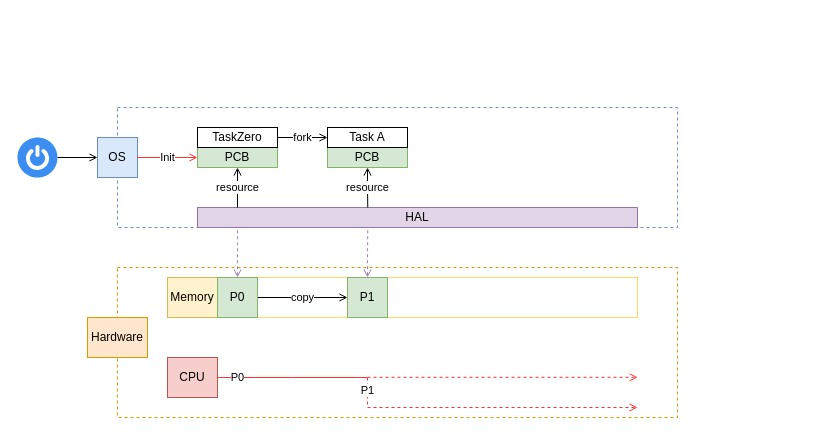
Zhangbokai614/draw keeps this draw.io diagram as Draw/操作系统.drawio. Above is the earlier version. Source tidied: cells renumbered, new cells numbered last; positions are measured from the earlier drawing's top-left corner, leaving out a move shared by most shapes. Both pictures are drawn from the tidied source at 100%, with x=0, y=0 at pixel (17, 107).
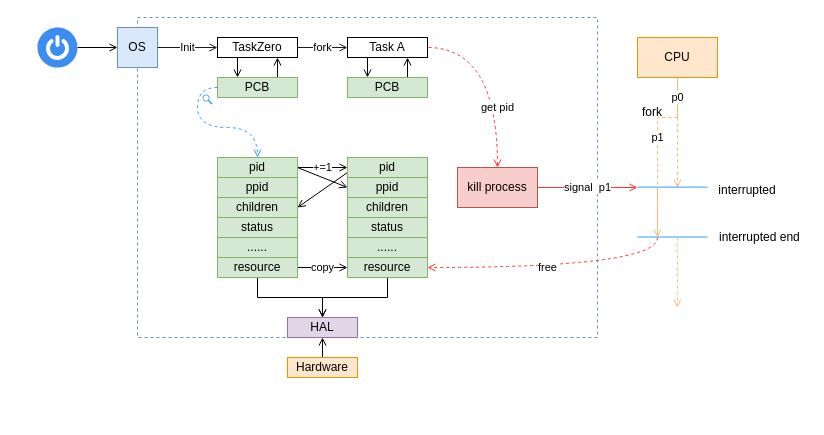
The same diagram, later.

Commit message:
更新操作系统.drawio

Diff of the diagram source:
```diff
@@
     <mxCell id="2" style="rounded=0;whiteSpace=wrap;html=1;dashed=1;fillColor=#FFFFFF;strokeColor=#6c8ebf;" parent="1" vertex="1">
-      <mxGeometry x="100" width="560" height="120" as="geometry" />
+      <mxGeometry x="120" y="-90" width="460" height="320" as="geometry" />
     </mxCell>
     <mxCell id="3" value="OS" style="rounded=0;whiteSpace=wrap;html=1;fillColor=#dae8fc;strokeColor=#6c8ebf;" parent="1" vertex="1">
-      <mxGeometry x="80" y="30" width="40" height="40" as="geometry" />
+      <mxGeometry x="100" y="-80" width="40" height="40" as="geometry" />
     </mxCell>
@@
     <mxCell id="5" style="sketch=0;html=1;strokeColor=none;shadow=0;fillColor=#3B8DF1;verticalAlign=top;labelPosition=center;verticalLabelPosition=bottom;shape=mxgraph.gcp2.a7_power;" parent="1" vertex="1">
-      <mxGeometry y="30" width="40" height="40" as="geometry" />
+      <mxGeometry x="20" y="-80" width="40" height="40" as="geometry" />
     </mxCell>
-    <mxCell id="6" style="rounded=0;whiteSpace=wrap;html=1;fillColor=none;strokeColor=#d79b00;dashed=1;" parent="1" vertex="1">
-      <mxGeometry x="100" y="160" width="560" height="150" as="geometry" />
-    </mxCell>
-    <mxCell id="7" value="HAL" style="rounded=0;whiteSpace=wrap;html=1;fillColor=#e1d5e7;strokeColor=#9673a6;" parent="1" vertex="1">
-      <mxGeometry x="180" y="100" width="440" height="20" as="geometry" />
-    </mxCell>
+    <mxCell id="28" style="edgeStyle=orthogonalEdgeStyle;rounded=0;jettySize=auto;html=1;exitX=0;exitY=0.5;exitDx=0;exitDy=0;entryX=0.5;entryY=0;entryDx=0;entryDy=0;endArrow=open;endFill=0;curved=1;dashed=1;strokeColor=#3399FF;" parent="1" edge="1" source="8" target="17">
+      <mxGeometry relative="1" as="geometry" />
+    </mxCell>
+    <mxCell id="29" style="edgeStyle=orthogonalEdgeStyle;rounded=0;jettySize=auto;html=1;exitX=0.75;exitY=0;exitDx=0;exitDy=0;entryX=0.75;entryY=1;entryDx=0;entryDy=0;endArrow=open;endFill=0;" parent="1" edge="1" source="8" target="11">
+      <mxGeometry relative="1" as="geometry" />
+    </mxCell>
     <mxCell id="8" value="PCB" style="rounded=0;whiteSpace=wrap;html=1;fillColor=#d5e8d4;strokeColor=#82b366;" parent="1" vertex="1">
-      <mxGeometry x="180" y="40" width="80" height="20" as="geometry" />
+      <mxGeometry x="200" y="-30" width="80" height="20" as="geometry" />
     </mxCell>
-    <mxCell id="9" value="Init" style="edgeStyle=orthogonalEdgeStyle;rounded=0;jettySize=auto;html=1;exitX=1;exitY=0.5;exitDx=0;exitDy=0;entryX=0;entryY=0.5;entryDx=0;entryDy=0;endArrow=open;endFill=0;strokeColor=#FF3333;" parent="1" edge="1" source="3" target="8">
+    <mxCell id="9" value="Init" style="edgeStyle=orthogonalEdgeStyle;rounded=0;jettySize=auto;html=1;exitX=1;exitY=0.5;exitDx=0;exitDy=0;entryX=0;entryY=0.5;entryDx=0;entryDy=0;endArrow=open;endFill=0;strokeColor=#1A1A1A;" parent="1" edge="1" source="3" target="11">
       <mxGeometry relative="1" as="geometry" />
     </mxCell>
-    <mxCell id="10" value="fork" style="edgeStyle=orthogonalEdgeStyle;rounded=0;jettySize=auto;html=1;exitX=1;exitY=0.5;exitDx=0;exitDy=0;entryX=0;entryY=0.5;entryDx=0;entryDy=0;endArrow=open;endFill=0;" parent="1" edge="1" source="11" target="13">
+    <mxCell id="10" value="fork" style="edgeStyle=orthogonalEdgeStyle;rounded=0;jettySize=auto;html=1;exitX=1;exitY=0.5;exitDx=0;exitDy=0;entryX=0;entryY=0.5;entryDx=0;entryDy=0;endArrow=open;endFill=0;strokeColor=#1A1A1A;" parent="1" edge="1" source="11" target="13">
       <mxGeometry relative="1" as="geometry" />
     </mxCell>
+    <mxCell id="30" style="edgeStyle=orthogonalEdgeStyle;rounded=0;jettySize=auto;html=1;exitX=0.25;exitY=1;exitDx=0;exitDy=0;entryX=0.25;entryY=0;entryDx=0;entryDy=0;endArrow=open;endFill=0;" parent="1" edge="1" source="11" target="8">
+      <mxGeometry relative="1" as="geometry" />
+    </mxCell>
     <mxCell id="11" value="TaskZero" style="rounded=0;whiteSpace=wrap;html=1;" parent="1" vertex="1">
-      <mxGeometry x="180" y="20" width="80" height="20" as="geometry" />
+      <mxGeometry x="200" y="-70" width="80" height="20" as="geometry" />
     </mxCell>
+    <mxCell id="31" style="edgeStyle=orthogonalEdgeStyle;rounded=0;jettySize=auto;html=1;exitX=0.75;exitY=0;exitDx=0;exitDy=0;entryX=0.75;entryY=1;entryDx=0;entryDy=0;endArrow=open;endFill=0;" parent="1" edge="1" source="12" target="13">
+      <mxGeometry relative="1" as="geometry" />
+    </mxCell>
     <mxCell id="12" value="PCB" style="rounded=0;whiteSpace=wrap;html=1;fillColor=#d5e8d4;strokeColor=#82b366;" parent="1" vertex="1">
-      <mxGeometry x="310" y="40" width="80" height="20" as="geometry" />
+      <mxGeometry x="330" y="-30" width="80" height="20" as="geometry" />
     </mxCell>
+    <mxCell id="32" style="edgeStyle=orthogonalEdgeStyle;rounded=0;jettySize=auto;html=1;exitX=0.25;exitY=1;exitDx=0;exitDy=0;entryX=0.25;entryY=0;entryDx=0;entryDy=0;endArrow=open;endFill=0;" parent="1" edge="1" source="13" target="12">
+      <mxGeometry relative="1" as="geometry" />
+    </mxCell>
     <mxCell id="13" value="Task A" style="rounded=0;whiteSpace=wrap;html=1;" parent="1" vertex="1">
-      <mxGeometry x="310" y="20" width="80" height="20" as="geometry" />
+      <mxGeometry x="330" y="-70" width="80" height="20" as="geometry" />
     </mxCell>
-    <mxCell id="14" value="P0" style="edgeStyle=orthogonalEdgeStyle;rounded=0;jettySize=auto;html=1;exitX=1;exitY=0.5;exitDx=0;exitDy=0;endArrow=none;endFill=0;strokeColor=#FF3333;" parent="1" edge="1" source="15">
-      <mxGeometry x="-0.73" relative="1" as="geometry">
-        <mxPoint x="350" y="270" as="targetPoint" />
-      </mxGeometry>
-    </mxCell>
+    <mxCell id="33" value="+=1" style="edgeStyle=orthogonalEdgeStyle;rounded=0;jettySize=auto;html=1;exitX=1;exitY=0.5;exitDx=0;exitDy=0;entryX=0;entryY=0.5;entryDx=0;entryDy=0;endArrow=open;endFill=0;" parent="1" edge="1" source="17" target="42">
+      <mxGeometry relative="1" as="geometry" />
+    </mxCell>
+    <mxCell id="34" style="rounded=0;jettySize=auto;html=1;exitX=1;exitY=0.5;exitDx=0;exitDy=0;entryX=0;entryY=0.5;entryDx=0;entryDy=0;endArrow=open;endFill=0;" parent="1" edge="1" source="17" target="43">
+      <mxGeometry relative="1" as="geometry" />
+    </mxCell>
+    <mxCell id="17" value="pid" style="rounded=0;whiteSpace=wrap;html=1;fillColor=#d5e8d4;strokeColor=#82b366;" parent="1" vertex="1">
+      <mxGeometry x="200" y="50" width="80" height="20" as="geometry" />
+    </mxCell>
+    <mxCell id="35" style="sketch=0;html=1;strokeColor=none;shadow=0;fillColor=#3B8DF1;verticalAlign=top;labelPosition=center;verticalLabelPosition=bottom;shape=mxgraph.gcp2.search;" parent="1" vertex="1">
+      <mxGeometry x="185.1" y="-13" width="9.9" height="10" as="geometry" />
+    </mxCell>
+    <mxCell id="36" value="ppid" style="rounded=0;whiteSpace=wrap;html=1;fillColor=#d5e8d4;strokeColor=#82b366;" parent="1" vertex="1">
+      <mxGeometry x="200" y="70" width="80" height="20" as="geometry" />
+    </mxCell>
+    <mxCell id="37" style="edgeStyle=orthogonalEdgeStyle;rounded=0;jettySize=auto;html=1;exitX=0.5;exitY=1;exitDx=0;exitDy=0;entryX=0.5;entryY=0;entryDx=0;entryDy=0;endArrow=open;endFill=0;" parent="1" edge="1" source="38" target="7">
+      <mxGeometry relative="1" as="geometry" />
+    </mxCell>
+    <mxCell id="20" value="copy" style="edgeStyle=orthogonalEdgeStyle;rounded=0;jettySize=auto;html=1;entryX=0;entryY=0.5;entryDx=0;entryDy=0;endArrow=open;endFill=0;" parent="1" edge="1" source="38" target="45">
+      <mxGeometry relative="1" as="geometry" />
+    </mxCell>
+    <mxCell id="38" value="resource" style="rounded=0;whiteSpace=wrap;html=1;fillColor=#d5e8d4;strokeColor=#82b366;" parent="1" vertex="1">
+      <mxGeometry x="200" y="150" width="80" height="20" as="geometry" />
+    </mxCell>
+    <mxCell id="39" value="children" style="rounded=0;whiteSpace=wrap;html=1;fillColor=#d5e8d4;strokeColor=#82b366;" parent="1" vertex="1">
+      <mxGeometry x="200" y="90" width="80" height="20" as="geometry" />
+    </mxCell>
+    <mxCell id="7" value="HAL" style="rounded=0;whiteSpace=wrap;html=1;fillColor=#e1d5e7;strokeColor=#9673a6;" parent="1" vertex="1">
+      <mxGeometry x="270" y="210" width="70" height="20" as="geometry" />
+    </mxCell>
+    <mxCell id="40" style="edgeStyle=orthogonalEdgeStyle;rounded=0;jettySize=auto;html=1;exitX=0.5;exitY=0;exitDx=0;exitDy=0;entryX=0.5;entryY=1;entryDx=0;entryDy=0;endArrow=open;endFill=0;" parent="1" edge="1" source="16" target="7">
+      <mxGeometry relative="1" as="geometry" />
+    </mxCell>
+    <mxCell id="16" value="Hardware" style="rounded=0;whiteSpace=wrap;html=1;fillColor=#ffe6cc;strokeColor=#d79b00;" parent="1" vertex="1">
+      <mxGeometry x="270" y="250" width="70" height="20" as="geometry" />
+    </mxCell>
+    <mxCell id="41" style="rounded=0;jettySize=auto;html=1;exitX=0;exitY=0.75;exitDx=0;exitDy=0;entryX=1;entryY=0.5;entryDx=0;entryDy=0;endArrow=open;endFill=0;" parent="1" edge="1" source="42" target="39">
+      <mxGeometry relative="1" as="geometry" />
+    </mxCell>
+    <mxCell id="42" value="pid" style="rounded=0;whiteSpace=wrap;html=1;fillColor=#d5e8d4;strokeColor=#82b366;" parent="1" vertex="1">
+      <mxGeometry x="330" y="50" width="80" height="20" as="geometry" />
+    </mxCell>
+    <mxCell id="43" value="ppid" style="rounded=0;whiteSpace=wrap;html=1;fillColor=#d5e8d4;strokeColor=#82b366;" parent="1" vertex="1">
+      <mxGeometry x="330" y="70" width="80" height="20" as="geometry" />
+    </mxCell>
+    <mxCell id="44" style="edgeStyle=orthogonalEdgeStyle;rounded=0;jettySize=auto;html=1;exitX=0.5;exitY=1;exitDx=0;exitDy=0;entryX=0.5;entryY=0;entryDx=0;entryDy=0;endArrow=open;endFill=0;" parent="1" edge="1" source="45" target="7">
+      <mxGeometry relative="1" as="geometry" />
+    </mxCell>
+    <mxCell id="45" value="resource" style="rounded=0;whiteSpace=wrap;html=1;fillColor=#d5e8d4;strokeColor=#82b366;" parent="1" vertex="1">
+      <mxGeometry x="330" y="150" width="80" height="20" as="geometry" />
+    </mxCell>
+    <mxCell id="46" value="children" style="rounded=0;whiteSpace=wrap;html=1;fillColor=#d5e8d4;strokeColor=#82b366;" parent="1" vertex="1">
+      <mxGeometry x="330" y="90" width="80" height="20" as="geometry" />
+    </mxCell>
+    <mxCell id="47" value="status" style="rounded=0;whiteSpace=wrap;html=1;fillColor=#d5e8d4;strokeColor=#82b366;" parent="1" vertex="1">
+      <mxGeometry x="200" y="110" width="80" height="20" as="geometry" />
+    </mxCell>
+    <mxCell id="48" value="status" style="rounded=0;whiteSpace=wrap;html=1;fillColor=#d5e8d4;strokeColor=#82b366;" parent="1" vertex="1">
+      <mxGeometry x="330" y="110" width="80" height="20" as="geometry" />
+    </mxCell>
+    <mxCell id="49" value="......" style="rounded=0;whiteSpace=wrap;html=1;fillColor=#d5e8d4;strokeColor=#82b366;" parent="1" vertex="1">
+      <mxGeometry x="200" y="130" width="80" height="20" as="geometry" />
+    </mxCell>
+    <mxCell id="50" value="......" style="rounded=0;whiteSpace=wrap;html=1;fillColor=#d5e8d4;strokeColor=#82b366;" parent="1" vertex="1">
+      <mxGeometry x="330" y="130" width="80" height="20" as="geometry" />
+    </mxCell>
+    <mxCell id="51" value="get pid" style="edgeStyle=orthogonalEdgeStyle;rounded=0;jettySize=auto;html=1;exitX=0.5;exitY=0;exitDx=0;exitDy=0;entryX=1;entryY=0.5;entryDx=0;entryDy=0;endArrow=none;endFill=0;dashed=1;strokeColor=#FF3333;startArrow=open;startFill=0;curved=1;" parent="1" edge="1" source="53" target="13">
+      <mxGeometry x="-0.37" relative="1" as="geometry" />
+    </mxCell>
+    <mxCell id="52" value="signal&amp;nbsp; p1" style="edgeStyle=orthogonalEdgeStyle;rounded=0;jettySize=auto;html=1;exitX=1;exitY=0.5;exitDx=0;exitDy=0;endArrow=open;endFill=0;strokeColor=#FF3333;" parent="1" edge="1" source="53">
+      <mxGeometry relative="1" as="geometry">
+        <mxPoint x="620" y="80" as="targetPoint" />
+      </mxGeometry>
+    </mxCell>
+    <mxCell id="53" value="kill process" style="rounded=0;whiteSpace=wrap;html=1;fillColor=#f8cecc;strokeColor=#b85450;" parent="1" vertex="1">
+      <mxGeometry x="440" y="60" width="80" height="40" as="geometry" />
+    </mxCell>
-    <mxCell id="15" value="CPU" style="rounded=0;whiteSpace=wrap;html=1;fillColor=#f8cecc;strokeColor=#b85450;" parent="1" vertex="1">
-      <mxGeometry x="150" y="250" width="50" height="40" as="geometry" />
+    <mxCell id="15" value="CPU" style="rounded=0;whiteSpace=wrap;html=1;fillColor=#ffe6cc;strokeColor=#d79b00;" parent="1" vertex="1">
+      <mxGeometry x="620" y="-70" width="80" height="40" as="geometry" />
     </mxCell>
-    <mxCell id="16" value="&lt;div class=&quot;lake-content&quot;&gt;Hardware&lt;/div&gt;" style="rounded=0;whiteSpace=wrap;html=1;fillColor=#ffe6cc;strokeColor=#d79b00;" parent="1" vertex="1">
-      <mxGeometry x="70" y="210" width="60" height="40" as="geometry" />
-    </mxCell>
-    <mxCell id="17" value="Memory" style="rounded=0;whiteSpace=wrap;html=1;fillColor=#fff2cc;strokeColor=#d6b656;" parent="1" vertex="1">
-      <mxGeometry x="150" y="170" width="50" height="40" as="geometry" />
-    </mxCell>
-    <mxCell id="18" value="resource" style="edgeStyle=orthogonalEdgeStyle;rounded=0;jettySize=auto;html=1;exitX=0.5;exitY=1;exitDx=0;exitDy=0;endArrow=none;endFill=0;startArrow=open;startFill=0;" parent="1" edge="1" source="8">
-      <mxGeometry relative="1" as="geometry">
-        <mxPoint x="220" y="100" as="targetPoint" />
-      </mxGeometry>
-    </mxCell>
-    <mxCell id="19" style="rounded=0;whiteSpace=wrap;html=1;fillColor=none;strokeColor=#FFD966;" parent="1" vertex="1">
-      <mxGeometry x="200" y="170" width="420" height="40" as="geometry" />
-    </mxCell>
-    <mxCell id="20" value="copy" style="edgeStyle=orthogonalEdgeStyle;rounded=0;jettySize=auto;html=1;exitX=1;exitY=0.5;exitDx=0;exitDy=0;endArrow=open;endFill=0;" parent="1" edge="1" source="21" target="22">
-      <mxGeometry relative="1" as="geometry" />
-    </mxCell>
-    <mxCell id="21" value="P0" style="rounded=0;whiteSpace=wrap;html=1;fillColor=#d5e8d4;strokeColor=#82b366;shadow=0;" parent="1" vertex="1">
-      <mxGeometry x="200" y="170" width="40" height="40" as="geometry" />
-    </mxCell>
-    <mxCell id="22" value="P1" style="rounded=0;whiteSpace=wrap;html=1;fillColor=#d5e8d4;strokeColor=#82b366;" parent="1" vertex="1">
-      <mxGeometry x="330" y="170" width="40" height="40" as="geometry" />
-    </mxCell>
-    <mxCell id="23" value="resource" style="edgeStyle=orthogonalEdgeStyle;rounded=0;jettySize=auto;html=1;exitX=0.5;exitY=1;exitDx=0;exitDy=0;entryX=0.387;entryY=0;entryDx=0;entryDy=0;entryPerimeter=0;endArrow=none;endFill=0;startArrow=open;startFill=0;" parent="1" edge="1" source="12" target="7">
-      <mxGeometry relative="1" as="geometry" />
-    </mxCell>
-    <mxCell id="24" style="edgeStyle=orthogonalEdgeStyle;rounded=0;jettySize=auto;html=1;exitX=0.5;exitY=0;exitDx=0;exitDy=0;entryX=0.091;entryY=1;entryDx=0;entryDy=0;entryPerimeter=0;endArrow=none;endFill=0;strokeColor=#A680B8;startArrow=open;startFill=0;dashed=1;" parent="1" edge="1" source="21" target="7">
-      <mxGeometry relative="1" as="geometry" />
-    </mxCell>
-    <mxCell id="25" style="edgeStyle=orthogonalEdgeStyle;rounded=0;jettySize=auto;html=1;exitX=0.5;exitY=0;exitDx=0;exitDy=0;entryX=0.387;entryY=1;entryDx=0;entryDy=0;entryPerimeter=0;endArrow=none;endFill=0;strokeColor=#A680B8;startArrow=open;startFill=0;dashed=1;" parent="1" edge="1" source="22" target="7">
-      <mxGeometry relative="1" as="geometry" />
-    </mxCell>
-    <mxCell id="26" value="P1" style="edgeStyle=orthogonalEdgeStyle;rounded=0;orthogonalLoop=1;jettySize=auto;html=1;endArrow=open;endFill=0;strokeColor=#FF3333;dashed=1;" parent="1" edge="1">
-      <mxGeometry x="-0.91" relative="1" as="geometry">
-        <mxPoint x="350" y="270" as="sourcePoint" />
-        <mxPoint x="620" y="300" as="targetPoint" />
-        <Array as="points">
-          <mxPoint x="350" y="300" />
-        </Array>
-      </mxGeometry>
-    </mxCell>
-    <mxCell id="27" style="edgeStyle=orthogonalEdgeStyle;rounded=0;orthogonalLoop=1;jettySize=auto;html=1;exitX=1;exitY=0.5;exitDx=0;exitDy=0;endArrow=open;endFill=0;strokeColor=#FF3333;entryX=0.929;entryY=0.732;entryDx=0;entryDy=0;entryPerimeter=0;dashed=1;" parent="1" edge="1">
-      <mxGeometry x="-0.9" relative="1" as="geometry">
-        <mxPoint x="350" y="269.8" as="sourcePoint" />
-        <mxPoint x="620.2" y="269.8" as="targetPoint" />
-        <Array as="points">
-          <mxPoint x="360" y="270" />
-          <mxPoint x="360" y="270" />
-        </Array>
-      </mxGeometry>
-    </mxCell>
+    <mxCell id="54" value="p0" style="edgeStyle=orthogonalEdgeStyle;rounded=0;jettySize=auto;html=1;exitX=0.5;exitY=1;exitDx=0;exitDy=0;endArrow=none;endFill=0;strokeColor=#FFB570;" parent="1" edge="1" source="15">
+      <mxGeometry relative="1" as="geometry">
+        <mxPoint x="660" y="10" as="targetPoint" />
+        <Array as="points">
+          <mxPoint x="660" y="10" />
+        </Array>
+      </mxGeometry>
+    </mxCell>
+    <mxCell id="55" value="p1" style="edgeStyle=orthogonalEdgeStyle;rounded=0;orthogonalLoop=1;jettySize=auto;html=1;endArrow=none;endFill=0;dashed=1;strokeColor=#FFB570;" parent="1" edge="1">
+      <mxGeometry x="-0.11" relative="1" as="geometry">
+        <mxPoint x="660" y="10" as="sourcePoint" />
+        <mxPoint x="640" y="80" as="targetPoint" />
+        <Array as="points">
+          <mxPoint x="640" y="10" />
+        </Array>
+      </mxGeometry>
+    </mxCell>
+    <mxCell id="56" value="fork" style="text;html=1;strokeColor=none;fillColor=none;align=center;verticalAlign=middle;whiteSpace=wrap;rounded=0;" parent="1" vertex="1">
+      <mxGeometry x="620" width="30" height="10" as="geometry" />
+    </mxCell>
+    <mxCell id="57" style="edgeStyle=orthogonalEdgeStyle;rounded=0;orthogonalLoop=1;jettySize=auto;html=1;endArrow=open;endFill=0;dashed=1;strokeColor=#FFB570;" parent="1" edge="1">
+      <mxGeometry x="-0.55" relative="1" as="geometry">
+        <mxPoint x="660" y="10" as="sourcePoint" />
+        <mxPoint x="660" y="80" as="targetPoint" />
+        <Array as="points">
+          <mxPoint x="660" y="25" />
+        </Array>
+      </mxGeometry>
+    </mxCell>
+    <mxCell id="58" style="endArrow=none;html=1;rounded=0;strokeColor=#3399FF;" parent="1" edge="1">
+      <mxGeometry relative="1" as="geometry">
+        <mxPoint x="620" y="79.6" as="sourcePoint" />
+        <mxPoint x="690" y="79.6" as="targetPoint" />
+      </mxGeometry>
+    </mxCell>
+    <mxCell id="59" value="interrupted" style="text;html=1;strokeColor=none;fillColor=none;align=center;verticalAlign=middle;whiteSpace=wrap;rounded=0;" parent="1" vertex="1">
+      <mxGeometry x="700" y="75" width="60" height="15" as="geometry" />
+    </mxCell>
+    <mxCell id="60" style="endArrow=none;html=1;rounded=0;strokeColor=#3399FF;" parent="1" edge="1">
+      <mxGeometry relative="1" as="geometry">
+        <mxPoint x="620" y="129.5" as="sourcePoint" />
+        <mxPoint x="690" y="129.5" as="targetPoint" />
+      </mxGeometry>
+    </mxCell>
+    <mxCell id="61" style="edgeStyle=orthogonalEdgeStyle;rounded=0;orthogonalLoop=1;jettySize=auto;html=1;endArrow=open;endFill=0;strokeColor=#FFB570;" parent="1" edge="1">
+      <mxGeometry x="-0.55" relative="1" as="geometry">
+        <mxPoint x="640" y="80" as="sourcePoint" />
+        <mxPoint x="640" y="130" as="targetPoint" />
+        <Array as="points">
+          <mxPoint x="640" y="95" />
+        </Array>
+      </mxGeometry>
+    </mxCell>
+    <mxCell id="62" style="edgeStyle=orthogonalEdgeStyle;rounded=0;orthogonalLoop=1;jettySize=auto;html=1;endArrow=open;endFill=0;dashed=1;strokeColor=#FFB570;" parent="1" edge="1">
+      <mxGeometry x="-0.55" relative="1" as="geometry">
+        <mxPoint x="659.8" y="130" as="sourcePoint" />
+        <mxPoint x="659.8" y="200" as="targetPoint" />
+        <Array as="points">
+          <mxPoint x="659.8" y="145" />
+        </Array>
+      </mxGeometry>
+    </mxCell>
+    <mxCell id="63" value="interrupted end" style="text;html=1;strokeColor=none;fillColor=none;align=left;verticalAlign=middle;whiteSpace=wrap;rounded=0;" parent="1" vertex="1">
+      <mxGeometry x="700" y="120" width="90" height="20" as="geometry" />
+    </mxCell>
+    <mxCell id="64" value="free" style="edgeStyle=orthogonalEdgeStyle;rounded=0;jettySize=auto;html=1;endArrow=open;endFill=0;strokeColor=#FF3333;curved=1;entryX=1;entryY=0.5;entryDx=0;entryDy=0;dashed=1;" parent="1" edge="1" target="45">
+      <mxGeometry x="0.08" relative="1" as="geometry">
+        <mxPoint x="640" y="130" as="sourcePoint" />
+        <Array as="points">
+          <mxPoint x="640" y="160" />
+        </Array>
+      </mxGeometry>
+    </mxCell>
```
